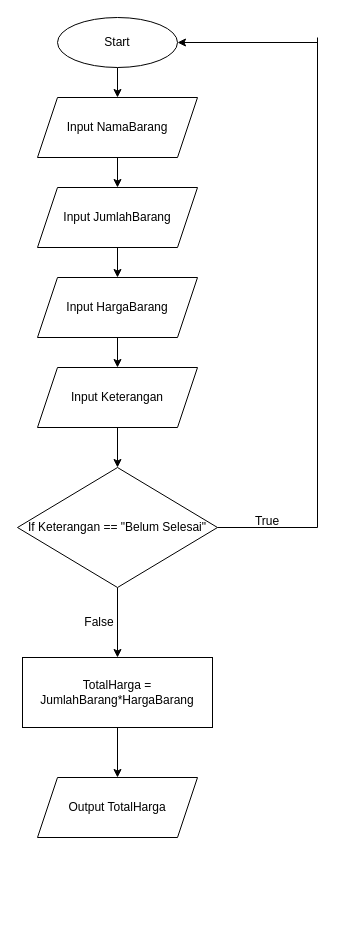
The draw.io diagram Flowchart.drawio in ahmadf111/ahmad_fajri-aplikasi_mesin_kasir, before the edit. Source tidied: cells renumbered, new cells numbered last; positions are measured from the earlier drawing's top-left corner, leaving out a move shared by most shapes. Both pictures are drawn from the tidied source at 100%, with x=0, y=0 at pixel (17, 17).
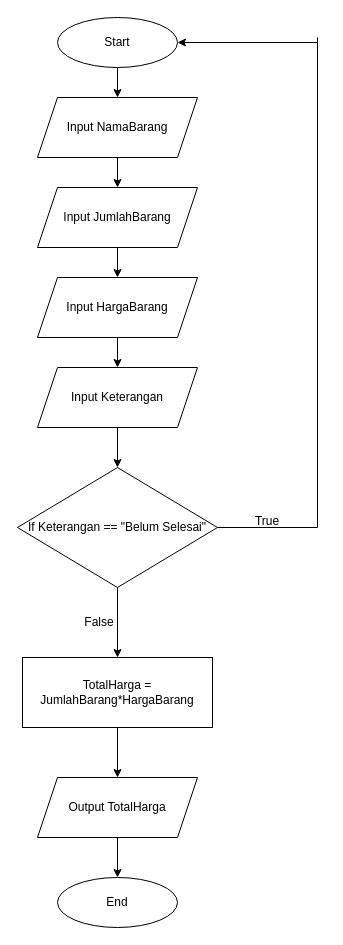
After the change.

Commit message:
Bagian End dari Flowchart

The change refers to these unchanged cells:
```xml
<mxCell id="21" value="Output TotalHarga" style="shape=parallelogram;perimeter=parallelogramPerimeter;whiteSpace=wrap;html=1;fixedSize=1;" parent="1" vertex="1">
  <mxGeometry x="20" y="760" width="160" height="60" as="geometry" />
</mxCell>
```

The edit, as a diff of the source:
```diff
@@
+    <mxCell id="22" style="edgeStyle=none;html=1;exitX=0.5;exitY=1;exitDx=0;exitDy=0;entryX=0.5;entryY=0;entryDx=0;entryDy=0;" parent="1" edge="1" source="21" target="23">
+      <mxGeometry relative="1" as="geometry" />
+    </mxCell>
@@
+    <mxCell id="23" value="End" style="ellipse;whiteSpace=wrap;html=1;" parent="1" vertex="1">
+      <mxGeometry x="40" y="860" width="120" height="50" as="geometry" />
+    </mxCell>
```
